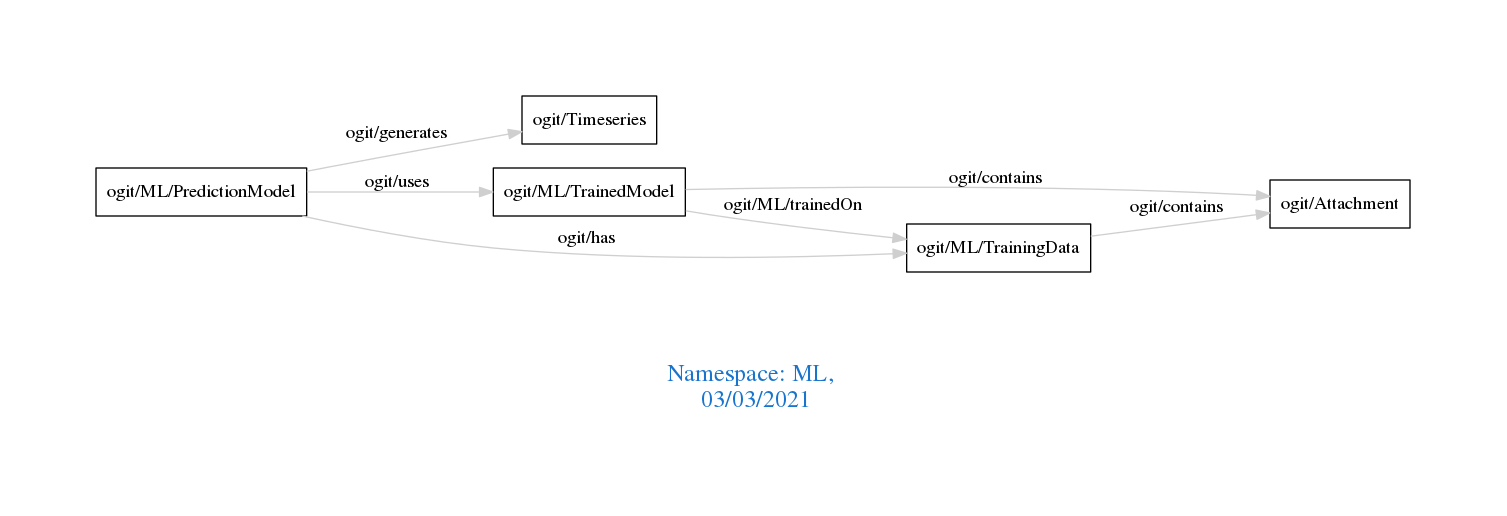
The Graphviz diagram downloads/ML.png in arago/OGIT, before a commit. Its source is kept beside it as downloads/ML.dot.
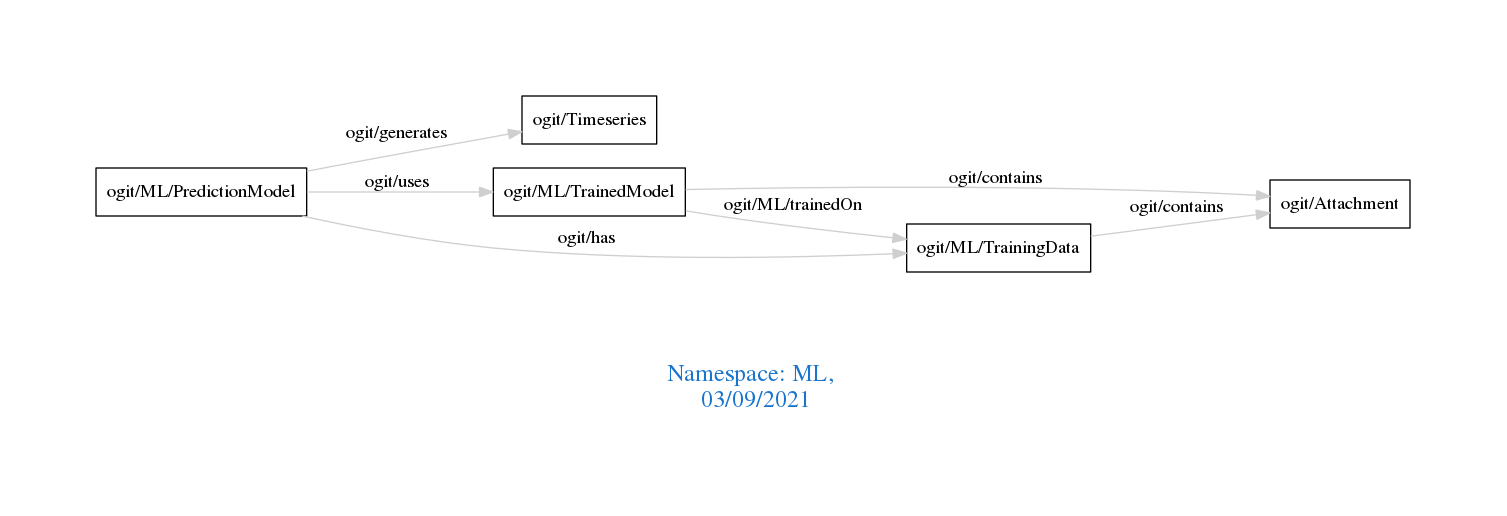
Above is the later version.

Diff of the diagram source:
```diff
@@ -1,7 +1,7 @@
 digraph OGIT_ontology {
  graph [ rankdir= LR,pad=1
 fontsize = 18,
-fontcolor= dodgerblue3,label = "\n\n\nNamespace: ML, \n 03/03/2021"];
+fontcolor= dodgerblue3,label = "\n\n\nNamespace: ML, \n 03/09/2021"];
 node[shape=polygon];
 edge [  color="gray81"];
 
```
